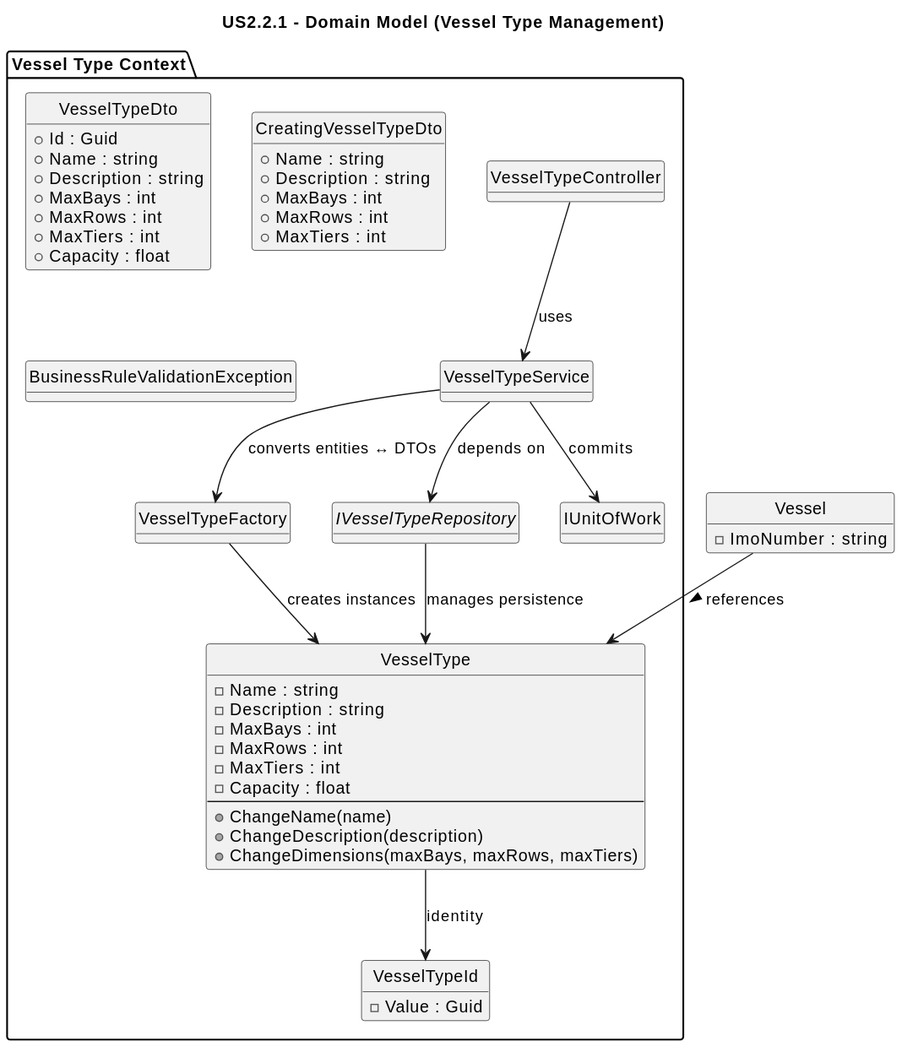
The PlantUML diagram docs/planning/Sprint1/Back-end-Module(s)/US-221/02.analysis/puml/us2.2.1-domain-model.svg in SAEmanuel/Sustainable_Port_Logistics_ISEP, before a commit.
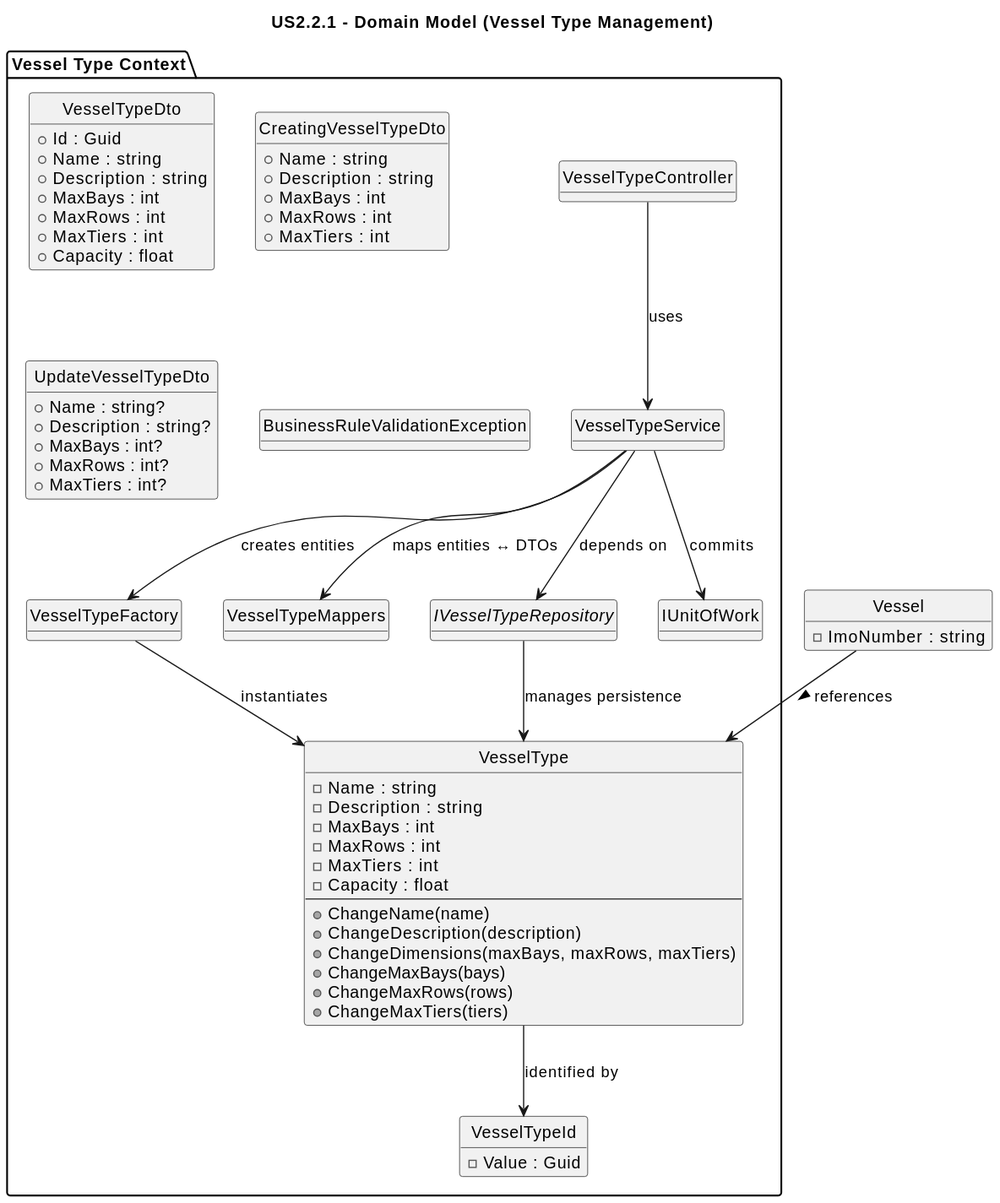
Later version of the same file.

Diff of the diagram source:
```diff
@@ -4,7 +4,6 @@
 skinparam shadowing false
 hide methods
 hide circle
-
 title US2.2.1 - Domain Model (Vessel Type Management)
 
 package "Vessel Type Context" as VTC {
@@ -20,6 +19,9 @@
         + ChangeName(name)
         + ChangeDescription(description)
         + ChangeDimensions(maxBays, maxRows, maxTiers)
+        + ChangeMaxBays(bays)
+        + ChangeMaxRows(rows)
+        + ChangeMaxTiers(tiers)
     }
 
     class VesselTypeId {
@@ -44,8 +46,19 @@
         + MaxTiers : int
     }
 
+    class UpdateVesselTypeDto {
+        + Name : string?
+        + Description : string?
+        + MaxBays : int?
+        + MaxRows : int?
+        + MaxTiers : int?
+    }
+
     class VesselTypeFactory {
         + CreateBasicVesselType(dto)
+    }
+
+    class VesselTypeMappers {
         + CreateDtoVesselType(entity)
     }
 
@@ -86,9 +99,10 @@
 VesselTypeController --> VesselTypeService : uses
 VesselTypeService --> IVesselTypeRepository : depends on
 VesselTypeService --> IUnitOfWork : commits
-VesselTypeService --> VesselTypeFactory : converts entities ↔ DTOs
-VesselTypeFactory --> VesselType : creates instances
-VesselType --> VesselTypeId : identity
+VesselTypeService --> VesselTypeFactory : creates entities
+VesselTypeService --> VesselTypeMappers : maps entities ↔ DTOs
+VesselTypeFactory --> VesselType : instantiates
+VesselType --> VesselTypeId : identified by
 IVesselTypeRepository --> VesselType : manages persistence
 
 class Vessel {
```
